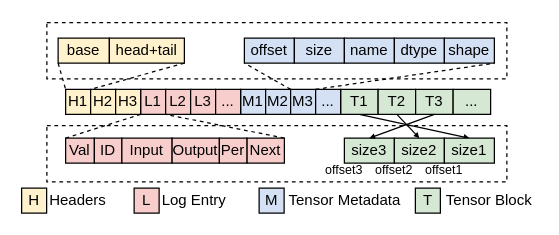
icszhr/NCheck keeps this draw.io diagram as fig/P_M.drawio. Above is the earlier version. Source tidied: cells renumbered, new cells numbered last; positions are measured from the earlier drawing's top-left corner, leaving out a move shared by most shapes. Both pictures are drawn from the tidied source at 125%, with x=0, y=0 at pixel (21, 22).
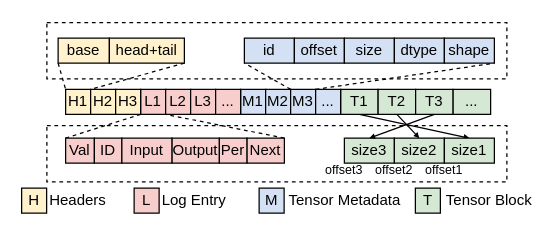
After the change.

Diff of the diagram source:
```diff
@@
-    <mxCell id="19" value="offset" style="rounded=0;whiteSpace=wrap;html=1;fillColor=#D4E1F5;" parent="1" vertex="1">
+    <mxCell id="19" value="id" style="rounded=0;whiteSpace=wrap;html=1;fillColor=#D4E1F5;" parent="1" vertex="1">
       <mxGeometry x="178" y="12" width="40" height="20" as="geometry" />
     </mxCell>
-    <mxCell id="20" value="size" style="rounded=0;whiteSpace=wrap;html=1;fillColor=#D4E1F5;" parent="1" vertex="1">
+    <mxCell id="20" value="offset" style="rounded=0;whiteSpace=wrap;html=1;fillColor=#D4E1F5;" parent="1" vertex="1">
       <mxGeometry x="218" y="12" width="40" height="20" as="geometry" />
     </mxCell>
-    <mxCell id="21" value="name" style="rounded=0;whiteSpace=wrap;html=1;fillColor=#D4E1F5;" parent="1" vertex="1">
+    <mxCell id="21" value="size" style="rounded=0;whiteSpace=wrap;html=1;fillColor=#D4E1F5;" parent="1" vertex="1">
       <mxGeometry x="258" y="12" width="40" height="20" as="geometry" />
     </mxCell>
```
